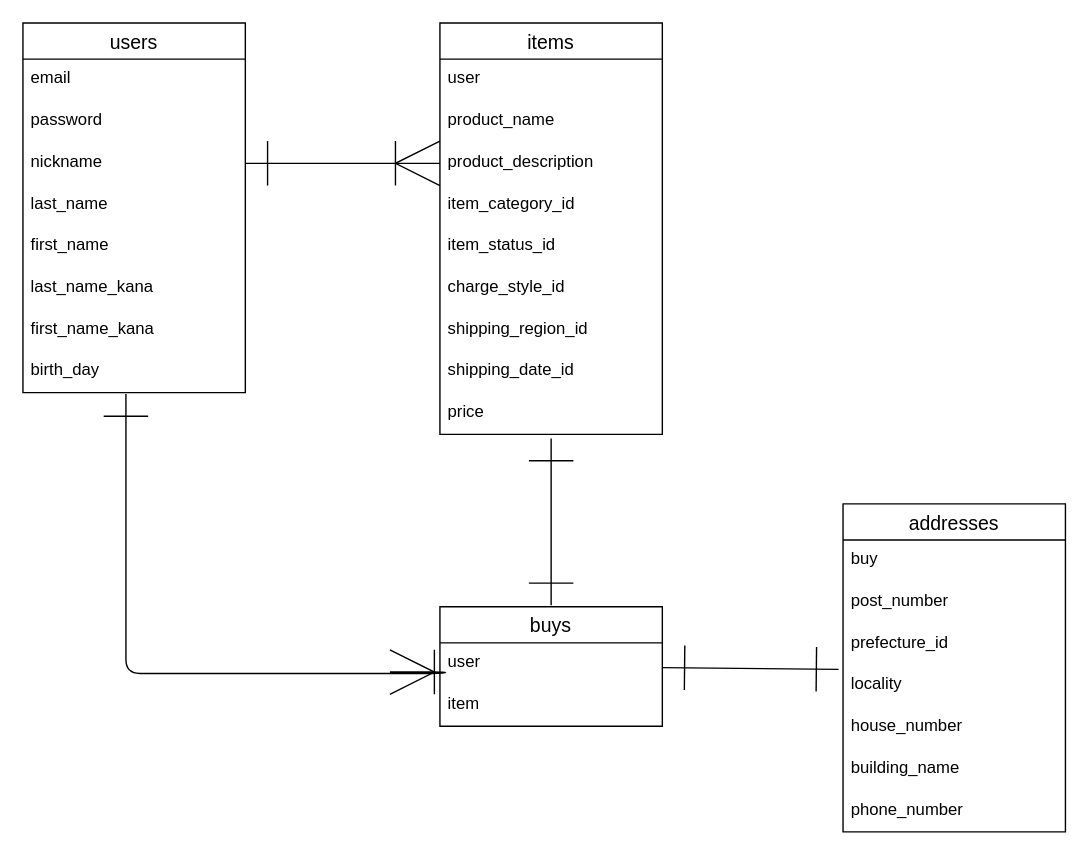
Above: er-view.dio in yukimaru93/furima-40593 (draw.io), before the change. Source tidied: cells renumbered, new cells numbered last; positions are measured from the earlier drawing's top-left corner, leaving out a move shared by most shapes. Both pictures are drawn from the tidied source at 139%, with x=0, y=0 at pixel (22, 22).
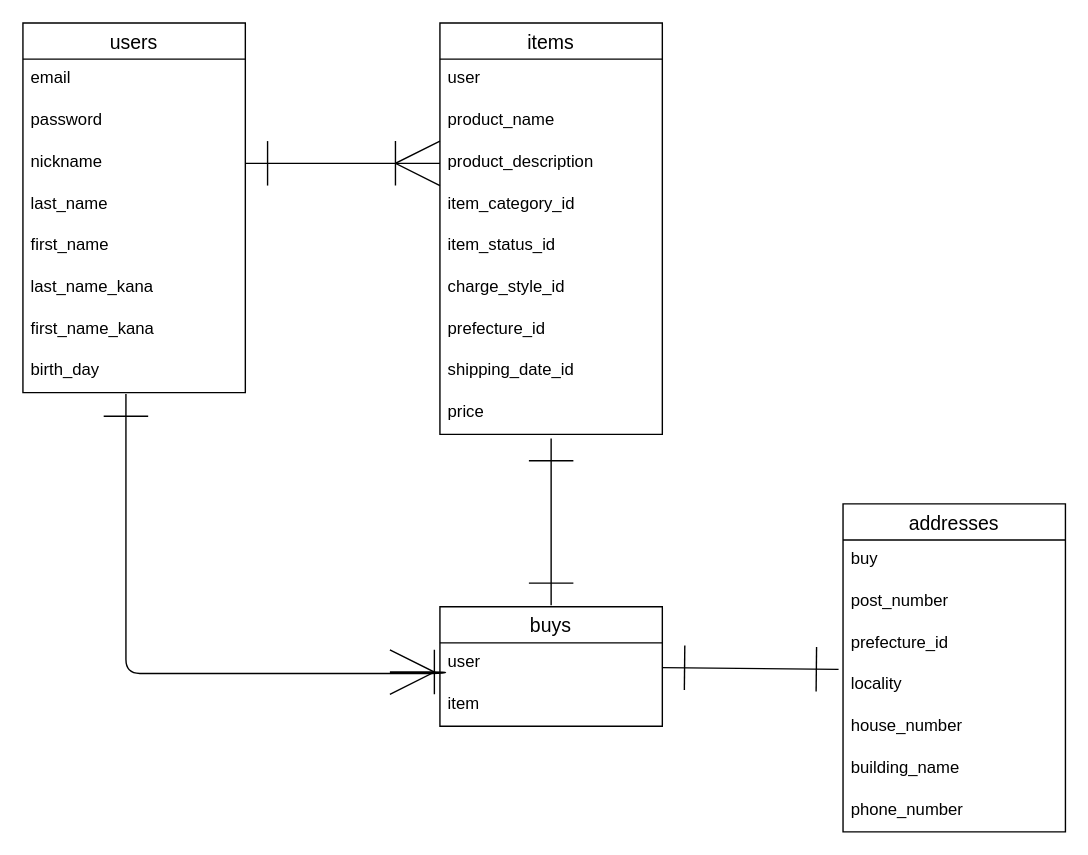
The same diagram, later.

Commit message (it also covers changes not shown here):
#3 データベース設計　修正２

Unchanged cells that the change refers to:
```xml
<mxCell id="12" value="items" style="swimlane;fontStyle=0;horizontal=1;startSize=26;align=center;fontSize=14;" parent="1" vertex="1">
  <mxGeometry x="300" width="160" height="296" as="geometry" />
</mxCell>
```

What changed in the source:
```diff
@@
-    <mxCell id="19" value="shipping_region_id" style="text;strokeColor=none;fillColor=none;spacingLeft=4;spacingRight=4;overflow=hidden;fontSize=12;" parent="12" vertex="1">
+    <mxCell id="19" value="prefecture_id" style="text;strokeColor=none;fillColor=none;spacingLeft=4;spacingRight=4;overflow=hidden;fontSize=12;" parent="12" vertex="1">
       <mxGeometry y="206" width="160" height="30" as="geometry" />
     </mxCell>
```
